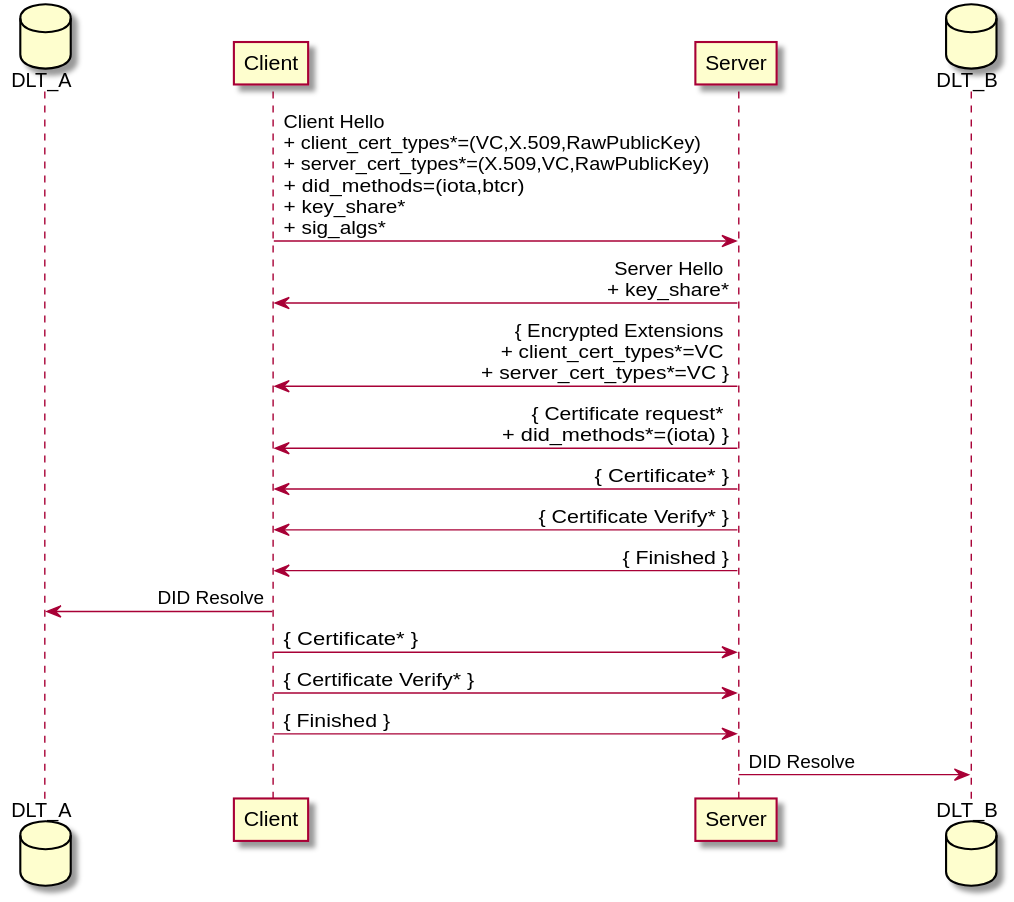
Above: images/mutual-vc.svg in thomas-fossati/draft-vesco-vcauthtls (PlantUML), before the change.
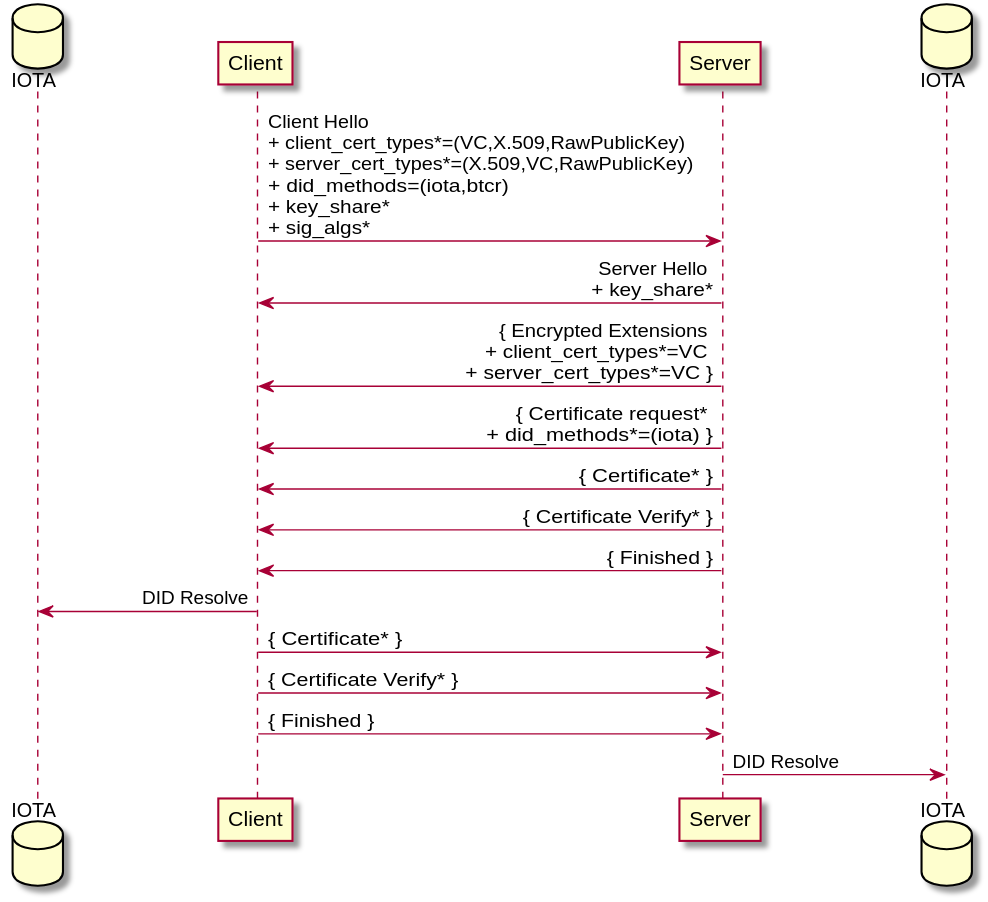
Above is the later version.

Diff of the diagram source:
```diff
@@ -1,8 +1,8 @@
 @startuml mutual-vc
-database DLT_A order 1
+database IOTA as dlt1 order 1
+database IOTA as dlt2 order 4
 participant Client order 2
 participant Server order 3
-database DLT_B order 4
 skinparam sequenceMessageAlign direction
 skinparam ParticipantPadding 100
 
@@ -13,9 +13,9 @@
 Server -> Client : { Certificate* }
 Server -> Client : { Certificate Verify* }
 Server -> Client : { Finished }
-Client -> DLT_A : DID Resolve
+Client -> dlt1 : DID Resolve
 Client -> Server : { Certificate* }
 Client -> Server : { Certificate Verify* }
 Client -> Server : { Finished }
-Server -> DLT_B : DID Resolve
+Server -> dlt2 : DID Resolve
 @enduml
```
